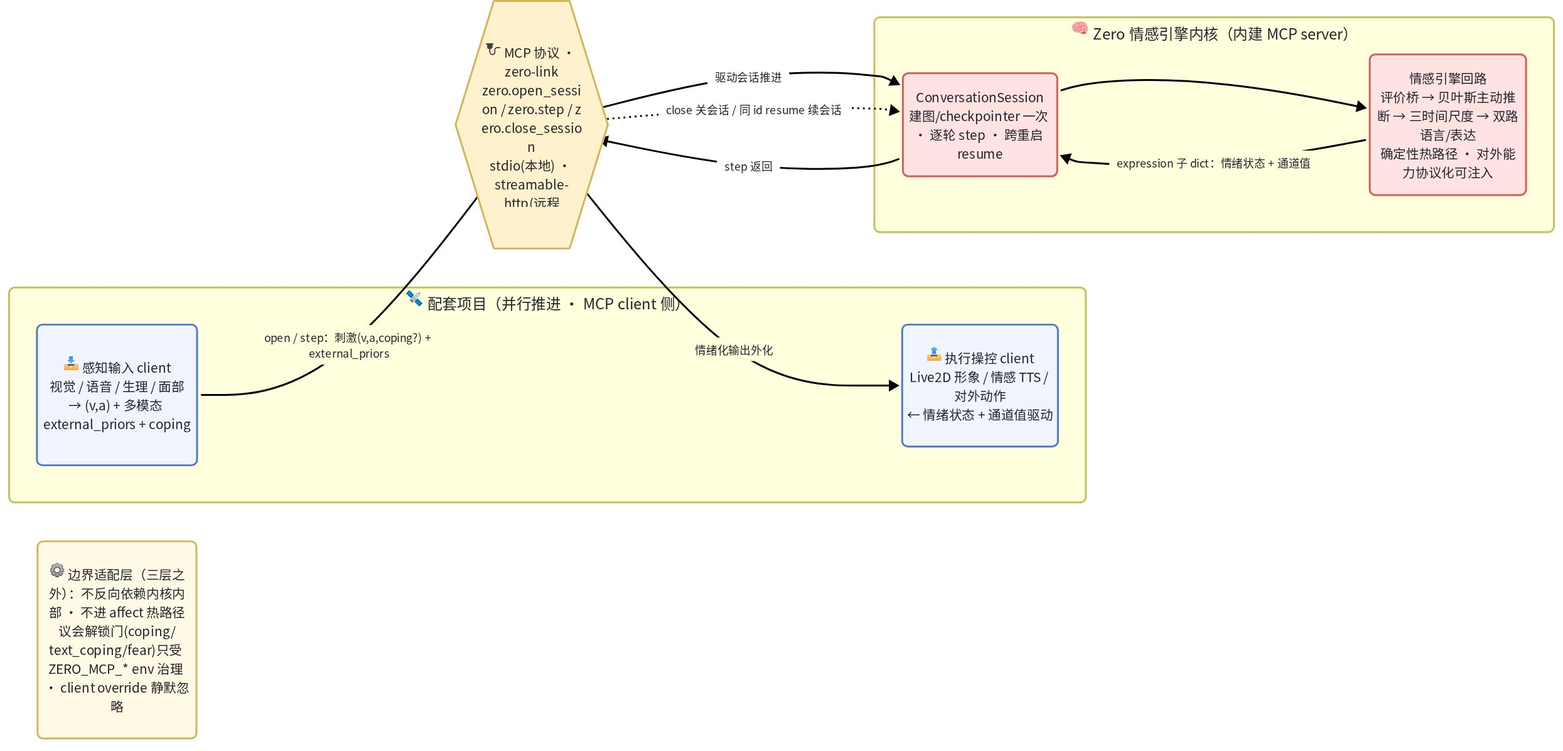
Above: docs/v2/mcp-boundary.png in WizardHeHeJun/Zero (Mermaid), before the change. Its source is kept beside it as docs/v2/mcp-boundary.mmd.
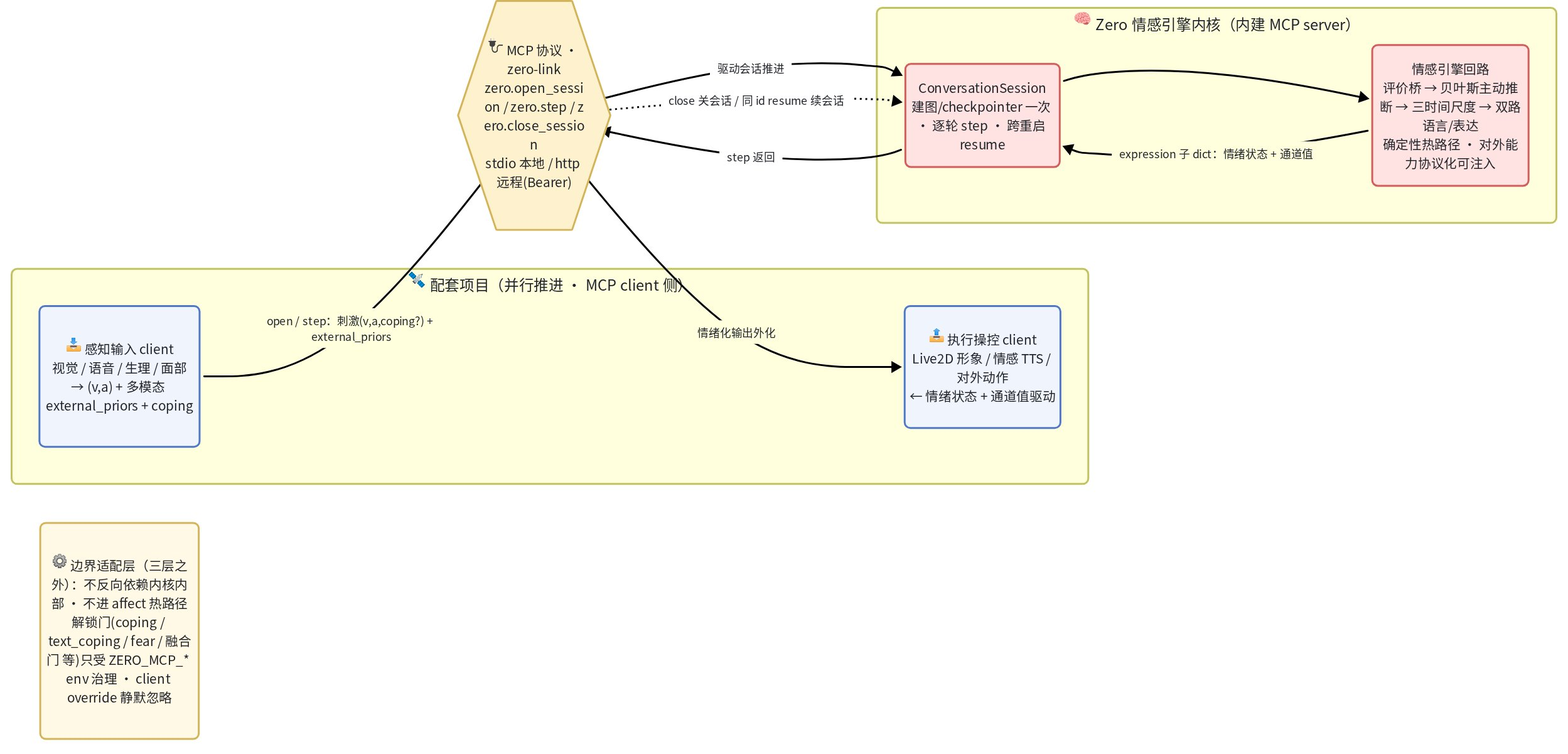
After the change.

Diff of the diagram source:
```diff
@@ -4,7 +4,7 @@
     actuate["📤 执行操控 client<br/>Live2D 形象 / 情感 TTS / 对外动作<br/>← 情绪状态 + 通道值驱动"]:::client
   end
 
-  mcp{{"🔌 MCP 协议 · zero-link<br/>zero.open_session / zero.step / zero.close_session<br/>stdio(本地) · streamable-http(远程·Bearer 鉴权)"}}:::proto
+  mcp{{"🔌 MCP 协议 · zero-link<br/>zero.open_session / zero.step / zero.close_session<br/>stdio 本地 / http 远程(Bearer)"}}:::proto
 
   subgraph core["🧠 Zero 情感引擎内核（内建 MCP server）"]
     session["ConversationSession<br/>建图/checkpointer 一次 · 逐轮 step · 跨重启 resume"]:::engine
@@ -19,7 +19,7 @@
   mcp -->|"情绪化输出外化"| actuate
   mcp -.->|"close 关会话 / 同 id resume 续会话"| session
 
-  note["⚙️ 边界适配层（三层之外）：不反向依赖内核内部 · 不进 affect 热路径<br/>议会解锁门(coping/text_coping/fear)只受 ZERO_MCP_* env 治理 · client override 静默忽略"]:::note
+  note["⚙️ 边界适配层（三层之外）：不反向依赖内核内部 · 不进 affect 热路径<br/>解锁门(coping / text_coping / fear / 融合门 等)只受 ZERO_MCP_* env 治理 · client override 静默忽略"]:::note
 
   classDef client fill:#F0F4FC,stroke:#5178C6,color:#1F2329
   classDef proto fill:#FEF1CE,stroke:#D4B45B,color:#1F2329
```
